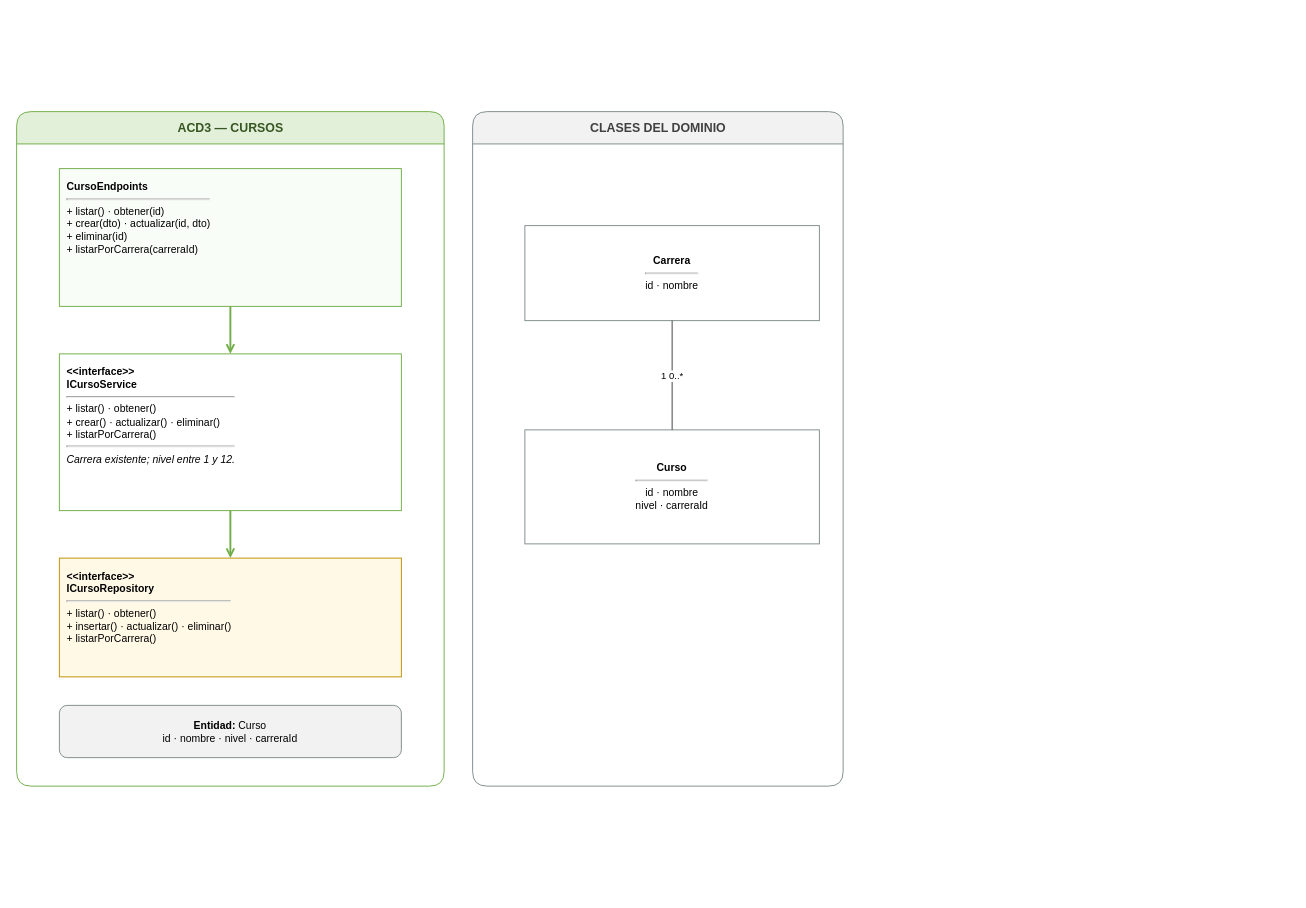
Above: Documentacion/Diagramas Generales/Clases/Microservicios/DiagramaClases_AdministracionCursos.drawio in AskingManCode/MetaU (draw.io), before the change. Source tidied: cells renumbered, new cells numbered last; positions are measured from the earlier drawing's top-left corner, leaving out a move shared by most shapes. Both pictures are drawn from the tidied source at 95%, with x=0, y=0 at pixel (16, 111).
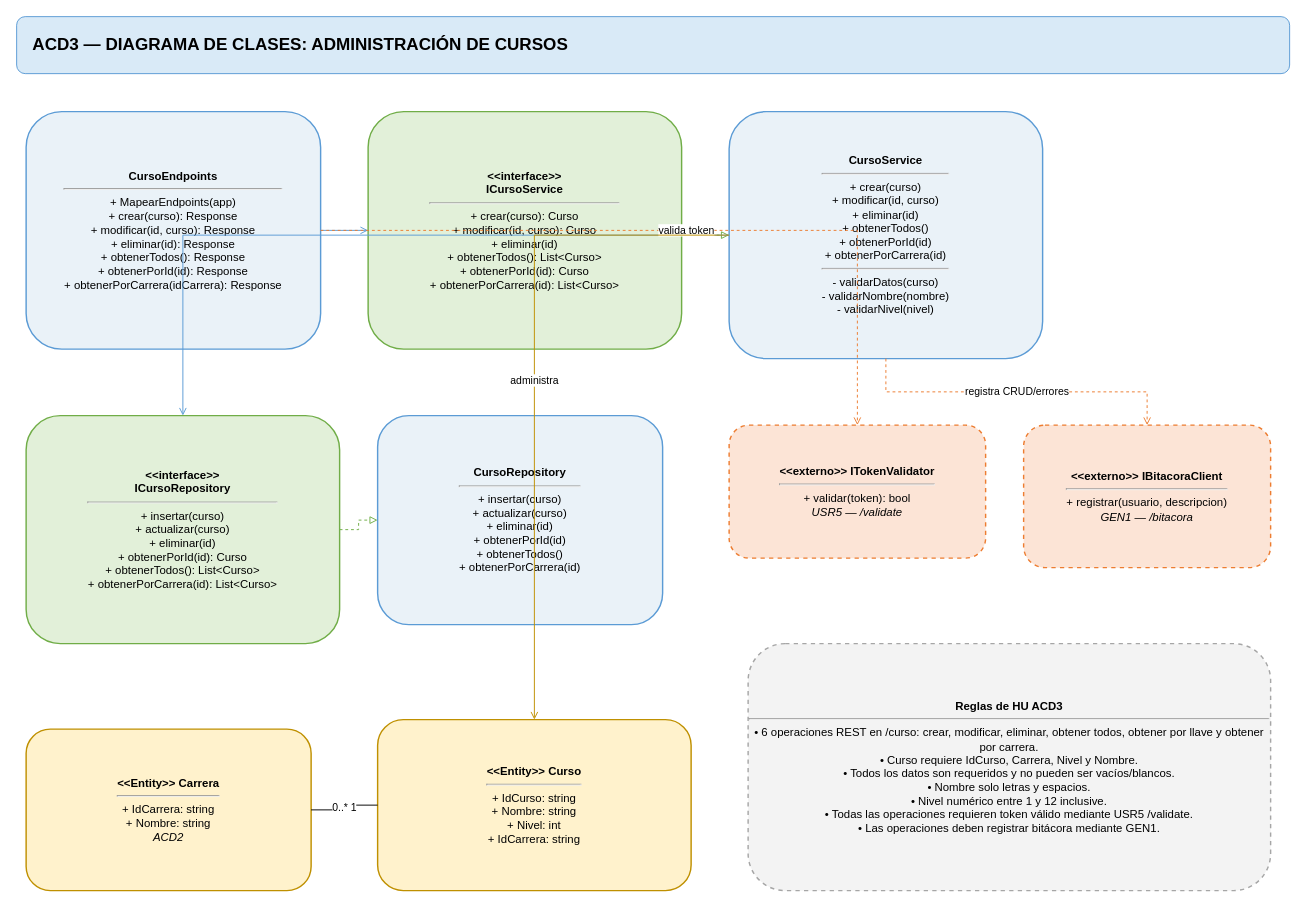
The same page after the edit.

Commit message (it also covers changes not shown here):
doc: SE AGREGA DOCUMENTACION DE CURSOS (#102)

Diff of the diagram source:
```diff
@@
-    <mxCell id="2" value="ACD3 — CURSOS" style="swimlane;html=1;startSize=34;horizontal=1;rounded=1;fillColor=#E2F0D9;swimlaneFillColor=#FFFFFF;strokeColor=#70AD47;fontColor=#375623;fontStyle=1;fontSize=13;" parent="1" vertex="1">
-      <mxGeometry width="450" height="710" as="geometry" />
-    </mxCell>
-    <mxCell id="3" value="CLASES DEL DOMINIO" style="swimlane;html=1;startSize=34;horizontal=1;rounded=1;fillColor=#F2F2F2;swimlaneFillColor=#FFFFFF;strokeColor=#7F8C8D;fontColor=#404040;fontStyle=1;fontSize=13;" parent="1" vertex="1">
-      <mxGeometry x="480" width="390" height="710" as="geometry" />
-    </mxCell>
-    <mxCell id="4" value="&lt;b&gt;CursoEndpoints&lt;/b&gt;&lt;hr&gt;+ listar() · obtener(id)&lt;br&gt;+ crear(dto) · actualizar(id, dto)&lt;br&gt;+ eliminar(id)&lt;br&gt;+ listarPorCarrera(carreraId)" style="rounded=0;whiteSpace=wrap;html=1;align=left;verticalAlign=top;spacing=8;fillColor=#F9FDF7;strokeColor=#70AD47;fontSize=11;" parent="1" vertex="1">
-      <mxGeometry x="45" y="60" width="360" height="145" as="geometry" />
-    </mxCell>
-    <mxCell id="5" value="&lt;b&gt;&amp;lt;&amp;lt;interface&amp;gt;&amp;gt;&lt;br&gt;ICursoService&lt;/b&gt;&lt;hr&gt;+ listar() · obtener()&lt;br&gt;+ crear() · actualizar() · eliminar()&lt;br&gt;+ listarPorCarrera()&lt;hr&gt;&lt;i&gt;Carrera existente; nivel entre 1 y 12.&lt;/i&gt;" style="rounded=0;whiteSpace=wrap;html=1;align=left;verticalAlign=top;spacing=8;fillColor=#FFFFFF;strokeColor=#70AD47;fontSize=11;" parent="1" vertex="1">
-      <mxGeometry x="45" y="255" width="360" height="165" as="geometry" />
-    </mxCell>
-    <mxCell id="6" value="&lt;b&gt;&amp;lt;&amp;lt;interface&amp;gt;&amp;gt;&lt;br&gt;ICursoRepository&lt;/b&gt;&lt;hr&gt;+ listar() · obtener()&lt;br&gt;+ insertar() · actualizar() · eliminar()&lt;br&gt;+ listarPorCarrera()" style="rounded=0;whiteSpace=wrap;html=1;align=left;verticalAlign=top;spacing=8;fillColor=#FFF9E6;strokeColor=#BF9000;fontSize=11;" parent="1" vertex="1">
-      <mxGeometry x="45" y="470" width="360" height="125" as="geometry" />
-    </mxCell>
-    <mxCell id="7" value="&lt;b&gt;Entidad:&lt;/b&gt; Curso&lt;br&gt;id · nombre · nivel · carreraId" style="rounded=1;whiteSpace=wrap;html=1;fillColor=#F2F2F2;strokeColor=#7F8C8D;fontSize=11;" parent="1" vertex="1">
-      <mxGeometry x="45" y="625" width="360" height="55" as="geometry" />
-    </mxCell>
+    <mxCell id="13" value="&lt;b&gt;ACD3 — DIAGRAMA DE CLASES: ADMINISTRACIÓN DE CURSOS&lt;/b&gt;" style="rounded=1;whiteSpace=wrap;html=1;fillColor=#D9EAF7;strokeColor=#5B9BD5;fontSize=18;align=left;spacingLeft=15;" parent="1" vertex="1">
+      <mxGeometry y="-100" width="1340" height="60" as="geometry" />
+    </mxCell>
+    <mxCell id="14" value="&lt;b&gt;CursoEndpoints&lt;/b&gt;&lt;hr&gt;+ MapearEndpoints(app)&lt;br&gt;+ crear(curso): Response&lt;br&gt;+ modificar(id, curso): Response&lt;br&gt;+ eliminar(id): Response&lt;br&gt;+ obtenerTodos(): Response&lt;br&gt;+ obtenerPorId(id): Response&lt;br&gt;+ obtenerPorCarrera(idCarrera): Response" style="rounded=1;whiteSpace=wrap;html=1;strokeWidth=1.5;fillColor=#EAF2F8;strokeColor=#5B9BD5;" parent="1" vertex="1">
+      <mxGeometry x="10" width="310" height="250" as="geometry" />
+    </mxCell>
+    <mxCell id="15" value="&lt;b&gt;&amp;lt;&amp;lt;interface&amp;gt;&amp;gt;&lt;br&gt;ICursoService&lt;/b&gt;&lt;hr&gt;+ crear(curso): Curso&lt;br&gt;+ modificar(id, curso): Curso&lt;br&gt;+ eliminar(id)&lt;br&gt;+ obtenerTodos(): List&amp;lt;Curso&amp;gt;&lt;br&gt;+ obtenerPorId(id): Curso&lt;br&gt;+ obtenerPorCarrera(id): List&amp;lt;Curso&amp;gt;" style="rounded=1;whiteSpace=wrap;html=1;strokeWidth=1.5;fillColor=#E2F0D9;strokeColor=#70AD47;" parent="1" vertex="1">
+      <mxGeometry x="370" width="330" height="250" as="geometry" />
+    </mxCell>
+    <mxCell id="16" value="&lt;b&gt;CursoService&lt;/b&gt;&lt;hr&gt;+ crear(curso)&lt;br&gt;+ modificar(id, curso)&lt;br&gt;+ eliminar(id)&lt;br&gt;+ obtenerTodos()&lt;br&gt;+ obtenerPorId(id)&lt;br&gt;+ obtenerPorCarrera(id)&lt;hr&gt;- validarDatos(curso)&lt;br&gt;- validarNombre(nombre)&lt;br&gt;- validarNivel(nivel)" style="rounded=1;whiteSpace=wrap;html=1;strokeWidth=1.5;fillColor=#EAF2F8;strokeColor=#5B9BD5;" parent="1" vertex="1">
+      <mxGeometry x="750" width="330" height="260" as="geometry" />
+    </mxCell>
+    <mxCell id="17" value="&lt;b&gt;&amp;lt;&amp;lt;interface&amp;gt;&amp;gt;&lt;br&gt;ICursoRepository&lt;/b&gt;&lt;hr&gt;+ insertar(curso)&lt;br&gt;+ actualizar(curso)&lt;br&gt;+ eliminar(id)&lt;br&gt;+ obtenerPorId(id): Curso&lt;br&gt;+ obtenerTodos(): List&amp;lt;Curso&amp;gt;&lt;br&gt;+ obtenerPorCarrera(id): List&amp;lt;Curso&amp;gt;" style="rounded=1;whiteSpace=wrap;html=1;strokeWidth=1.5;fillColor=#E2F0D9;strokeColor=#70AD47;" parent="1" vertex="1">
+      <mxGeometry x="10" y="320" width="330" height="240" as="geometry" />
+    </mxCell>
+    <mxCell id="18" value="&lt;b&gt;CursoRepository&lt;/b&gt;&lt;hr&gt;+ insertar(curso)&lt;br&gt;+ actualizar(curso)&lt;br&gt;+ eliminar(id)&lt;br&gt;+ obtenerPorId(id)&lt;br&gt;+ obtenerTodos()&lt;br&gt;+ obtenerPorCarrera(id)" style="rounded=1;whiteSpace=wrap;html=1;strokeWidth=1.5;fillColor=#EAF2F8;strokeColor=#5B9BD5;" parent="1" vertex="1">
+      <mxGeometry x="380" y="320" width="300" height="220" as="geometry" />
+    </mxCell>
+    <mxCell id="19" value="&lt;b&gt;&amp;lt;&amp;lt;externo&amp;gt;&amp;gt; ITokenValidator&lt;/b&gt;&lt;hr&gt;+ validar(token): bool&lt;br&gt;&lt;i&gt;USR5 — /validate&lt;/i&gt;" style="rounded=1;whiteSpace=wrap;html=1;strokeWidth=1.5;fillColor=#FCE4D6;strokeColor=#ED7D31;dashed=1;" parent="1" vertex="1">
+      <mxGeometry x="750" y="330" width="270" height="140" as="geometry" />
+    </mxCell>
+    <mxCell id="20" value="&lt;b&gt;&amp;lt;&amp;lt;externo&amp;gt;&amp;gt; IBitacoraClient&lt;/b&gt;&lt;hr&gt;+ registrar(usuario, descripcion)&lt;br&gt;&lt;i&gt;GEN1 — /bitacora&lt;/i&gt;" style="rounded=1;whiteSpace=wrap;html=1;strokeWidth=1.5;fillColor=#FCE4D6;strokeColor=#ED7D31;dashed=1;" parent="1" vertex="1">
+      <mxGeometry x="1060" y="330" width="260" height="150" as="geometry" />
+    </mxCell>
+    <mxCell id="21" value="&lt;b&gt;&amp;lt;&amp;lt;Entity&amp;gt;&amp;gt; Curso&lt;/b&gt;&lt;hr&gt;+ IdCurso: string&lt;br&gt;+ Nombre: string&lt;br&gt;+ Nivel: int&lt;br&gt;+ IdCarrera: string" style="rounded=1;whiteSpace=wrap;html=1;strokeWidth=1.5;fillColor=#FFF2CC;strokeColor=#BF9000;" parent="1" vertex="1">
+      <mxGeometry x="380" y="640" width="330" height="180" as="geometry" />
+    </mxCell>
+    <mxCell id="22" value="&lt;b&gt;&amp;lt;&amp;lt;Entity&amp;gt;&amp;gt; Carrera&lt;/b&gt;&lt;hr&gt;+ IdCarrera: string&lt;br&gt;+ Nombre: string&lt;br&gt;&lt;i&gt;ACD2&lt;/i&gt;" style="rounded=1;whiteSpace=wrap;html=1;strokeWidth=1.5;fillColor=#FFF2CC;strokeColor=#BF9000;" parent="1" vertex="1">
+      <mxGeometry x="10" y="650" width="300" height="170" as="geometry" />
+    </mxCell>
+    <mxCell id="23" value="&lt;b&gt;Reglas de HU ACD3&lt;/b&gt;&lt;hr&gt;• 6 operaciones REST en /curso: crear, modificar, eliminar, obtener todos, obtener por llave y obtener por carrera.&lt;br&gt;• Curso requiere IdCurso, Carrera, Nivel y Nombre.&lt;br&gt;• Todos los datos son requeridos y no pueden ser vacíos/blancos.&lt;br&gt;• Nombre solo letras y espacios.&lt;br&gt;• Nivel numérico entre 1 y 12 inclusive.&lt;br&gt;• Todas las operaciones requieren token válido mediante USR5 /validate.&lt;br&gt;• Las operaciones deben registrar bitácora mediante GEN1." style="rounded=1;whiteSpace=wrap;html=1;strokeWidth=1.5;fillColor=#F3F3F3;strokeColor=#A6A6A6;dashed=1;" parent="1" vertex="1">
+      <mxGeometry x="770" y="560" width="550" height="260" as="geometry" />
+    </mxCell>
+    <mxCell id="24" style="edgeStyle=orthogonalEdgeStyle;rounded=0;jettySize=auto;html=1;endArrow=open;endFill=0;strokeColor=#5B9BD5;" parent="1" edge="1" source="14" target="15">
+      <mxGeometry relative="1" as="geometry" />
+    </mxCell>
+    <mxCell id="25" style="edgeStyle=orthogonalEdgeStyle;rounded=0;jettySize=auto;html=1;endArrow=block;endFill=0;dashed=1;strokeColor=#70AD47;" parent="1" edge="1" source="15" target="16">
+      <mxGeometry relative="1" as="geometry" />
+    </mxCell>
-    <mxCell id="8" style="edgeStyle=orthogonalEdgeStyle;rounded=0;html=1;endArrow=open;endFill=0;strokeWidth=2;strokeColor=#70AD47;" parent="1" edge="1" source="4" target="5">
+    <mxCell id="8" style="edgeStyle=orthogonalEdgeStyle;rounded=0;jettySize=auto;html=1;endArrow=open;endFill=0;strokeColor=#5B9BD5;" parent="1" edge="1" source="16" target="17">
       <mxGeometry relative="1" as="geometry" />
     </mxCell>
-    <mxCell id="9" style="edgeStyle=orthogonalEdgeStyle;rounded=0;html=1;endArrow=open;endFill=0;strokeWidth=2;strokeColor=#70AD47;" parent="1" edge="1" source="5" target="6">
+    <mxCell id="9" style="edgeStyle=orthogonalEdgeStyle;rounded=0;jettySize=auto;html=1;endArrow=block;endFill=0;dashed=1;strokeColor=#70AD47;" parent="1" edge="1" source="17" target="18">
       <mxGeometry relative="1" as="geometry" />
     </mxCell>
-    <mxCell id="10" value="&lt;b&gt;Carrera&lt;/b&gt;&lt;hr&gt;id · nombre" style="rounded=0;whiteSpace=wrap;html=1;fillColor=#FFFFFF;strokeColor=#7F8C8D;fontSize=11;" parent="1" vertex="1">
-      <mxGeometry x="535" y="120" width="310" height="100" as="geometry" />
-    </mxCell>
-    <mxCell id="11" value="&lt;b&gt;Curso&lt;/b&gt;&lt;hr&gt;id · nombre&lt;br&gt;nivel · carreraId" style="rounded=0;whiteSpace=wrap;html=1;fillColor=#FFFFFF;strokeColor=#7F8C8D;fontSize=11;" parent="1" vertex="1">
-      <mxGeometry x="535" y="335" width="310" height="120" as="geometry" />
-    </mxCell>
-    <mxCell id="12" value="1     0..*" style="edgeStyle=orthogonalEdgeStyle;rounded=0;html=1;endArrow=none;startArrow=none;strokeColor=#404040;fontSize=10;" parent="1" edge="1" source="10" target="11">
-      <mxGeometry relative="1" as="geometry" />
-    </mxCell>
+    <mxCell id="26" value="valida token" style="edgeStyle=orthogonalEdgeStyle;rounded=0;jettySize=auto;html=1;endArrow=open;endFill=0;strokeColor=#ED7D31;dashed=1;" parent="1" edge="1" source="14" target="19">
+      <mxGeometry relative="1" as="geometry" />
+    </mxCell>
+    <mxCell id="27" value="registra CRUD/errores" style="edgeStyle=orthogonalEdgeStyle;rounded=0;jettySize=auto;html=1;endArrow=open;endFill=0;strokeColor=#ED7D31;dashed=1;" parent="1" edge="1" source="16" target="20">
+      <mxGeometry relative="1" as="geometry" />
+    </mxCell>
+    <mxCell id="28" value="administra" style="edgeStyle=orthogonalEdgeStyle;rounded=0;jettySize=auto;html=1;endArrow=open;endFill=0;strokeColor=#BF9000;" parent="1" edge="1" source="16" target="21">
+      <mxGeometry relative="1" as="geometry" />
+    </mxCell>
+    <mxCell id="29" value="0..*     1" style="edgeStyle=orthogonalEdgeStyle;rounded=0;jettySize=auto;html=1;endArrow=none;startArrow=none;fontSize=11;" parent="1" edge="1" source="21" target="22">
+      <mxGeometry relative="1" as="geometry" />
+    </mxCell>
```
